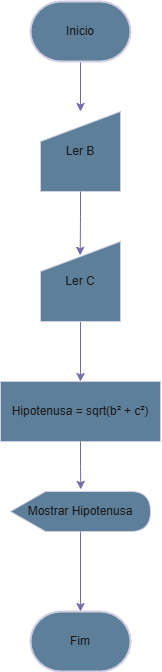
andrew-cdia/algoritmos-lista1 keeps this draw.io diagram as exercicios4.drawio.png. Above is the earlier version. Source tidied: cells renumbered, new cells last; positions are measured from the earlier drawing's top-left corner, leaving out a move shared by most shapes.
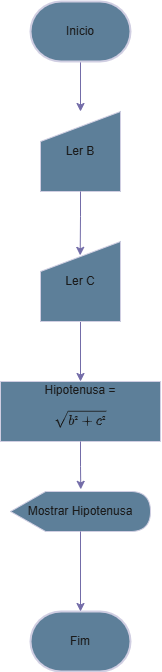
The same diagram one commit later.

Diff of the diagram source:
```diff
@@ -1,4 +1,4 @@
-<mxGraphModel>
+<mxGraphModel math="1">
   <root>
     <mxCell id="0" />
     <mxCell id="1" parent="0" />
@@ -20,7 +20,7 @@
     <mxCell id="7" value="Ler C" style="shape=manualInput;whiteSpace=wrap;html=1;labelBackgroundColor=none;fillColor=#5D7F99;strokeColor=#D0CEE2;fontColor=#1A1A1A;" parent="1" vertex="1">
       <mxGeometry x="40" y="240" width="80" height="80" as="geometry" />
     </mxCell>
-    <mxCell id="8" value="Hipotenusa = sqrt(b² + c²)" style="rounded=0;whiteSpace=wrap;html=1;labelBackgroundColor=none;fillColor=#5D7F99;strokeColor=#D0CEE2;fontColor=#1A1A1A;" parent="1" vertex="1">
+    <mxCell id="8" value="Hipotenusa = $$\sqrt{b² + c²}$$" style="rounded=0;whiteSpace=wrap;html=1;labelBackgroundColor=none;fillColor=#5D7F99;strokeColor=#D0CEE2;fontColor=#1A1A1A;" parent="1" vertex="1">
       <mxGeometry y="380" width="160" height="60" as="geometry" />
     </mxCell>
     <mxCell id="9" value="Mostrar Hipotenusa" style="shape=display;whiteSpace=wrap;html=1;labelBackgroundColor=none;fillColor=#5D7F99;strokeColor=#D0CEE2;fontColor=#1A1A1A;" parent="1" vertex="1">
```
